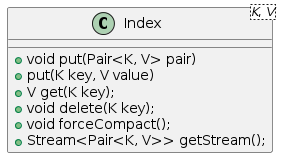
jajir/HestiaStore keeps this PlantUML diagram as docs/index-class.png. Above is the earlier version.
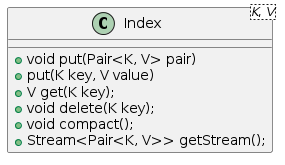
The same file after the commit.

The edit, as a diff of the source:
```diff
@@ -4,7 +4,7 @@
   + put(K key, V value)
   + V get(K key);
   + void delete(K key);
-  + void forceCompact();
+  + void compact();
   + Stream<Pair<K, V>> getStream();
 }
 @enduml
```
